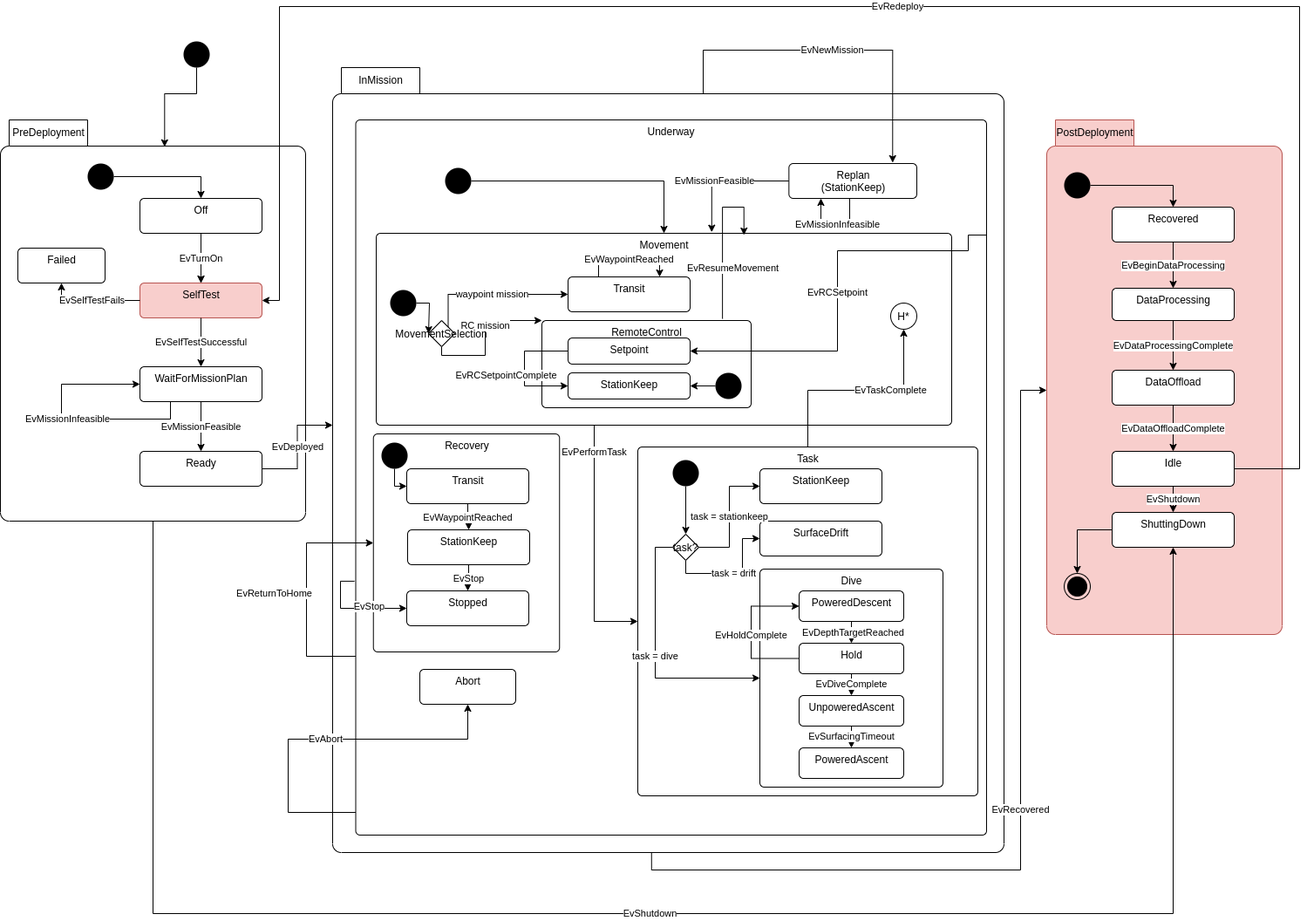
Before: src/doc/figures/mission-states.png, a diagram exported from draw.io (jaiarobotics/jaiabot). Source tidied: cells renumbered, new cells last; positions are measured from the earlier drawing's top-left corner, leaving out a move shared by most shapes.
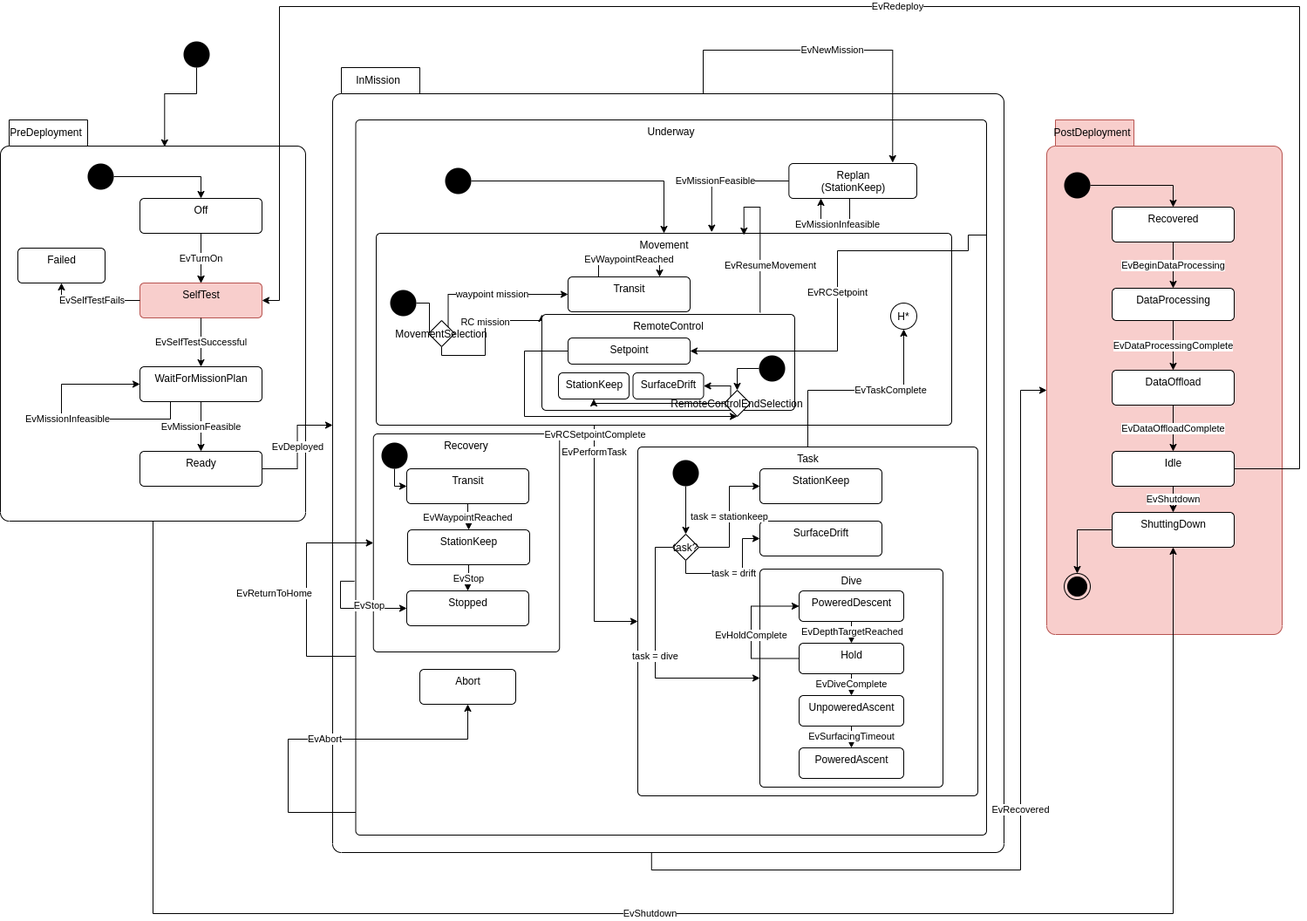
After the commit.

Commit message:
RemoteControl setpoint can end in either a StationKeep or a SurfaceDrift depending on configured value in mission manager

Diff of the diagram source:
```diff
@@ -338,37 +338,57 @@
     <mxCell id="83" value="EvResumeMovement" style="edgeStyle=orthogonalEdgeStyle;rounded=0;jettySize=auto;html=1;entryX=0.639;entryY=0.009;entryDx=0;entryDy=0;exitX=0.863;exitY=-0.02;exitDx=0;exitDy=0;jumpStyle=arc;exitPerimeter=0;entryPerimeter=0;" parent="30" edge="1" source="85" target="34">
       <mxGeometry x="-0.37" y="-12" relative="1" as="geometry">
         <Array as="points">
-          <mxPoint x="427" y="60" />
+          <mxPoint x="470" y="60" />
           <mxPoint x="452" y="60" />
         </Array>
       </mxGeometry>
     </mxCell>
     <mxCell id="84" style="group;" parent="30" vertex="1">
-      <mxGeometry x="220" y="190" width="240" height="100" as="geometry" />
+      <mxGeometry x="220" y="190" width="290" height="110" as="geometry" />
     </mxCell>
     <mxCell id="85" value="RemoteControl" style="html=1;align=center;verticalAlign=top;rounded=1;absoluteArcSize=1;arcSize=10;dashed=0;" parent="84" vertex="1">
-      <mxGeometry width="240" height="100" as="geometry" />
+      <mxGeometry y="-7" width="290" height="110" as="geometry" />
     </mxCell>
     <mxCell id="86" value="StationKeep" style="html=1;align=center;verticalAlign=top;rounded=1;absoluteArcSize=1;arcSize=10;dashed=0;" parent="84" vertex="1">
-      <mxGeometry x="30" y="60" width="140" height="30" as="geometry" />
+      <mxGeometry x="19" y="60" width="81" height="30" as="geometry" />
     </mxCell>
     <mxCell id="87" value="Setpoint" style="html=1;align=center;verticalAlign=top;rounded=1;absoluteArcSize=1;arcSize=10;dashed=0;" parent="84" vertex="1">
       <mxGeometry x="30" y="20" width="140" height="30" as="geometry" />
     </mxCell>
-    <mxCell id="88" value="EvRCSetpointComplete" style="edgeStyle=orthogonalEdgeStyle;rounded=0;jettySize=auto;html=1;entryX=0;entryY=0.5;entryDx=0;entryDy=0;exitX=0;exitY=0.5;exitDx=0;exitDy=0;" parent="84" edge="1" source="87" target="86">
+    <mxCell id="88" value="EvRCSetpointComplete" style="edgeStyle=orthogonalEdgeStyle;rounded=0;jettySize=auto;html=1;entryX=0.5;entryY=1;entryDx=0;entryDy=0;exitX=0;exitY=0.5;exitDx=0;exitDy=0;" parent="84" edge="1" source="87" target="102">
       <mxGeometry x="0.11" y="-21" relative="1" as="geometry">
         <Array as="points">
           <mxPoint x="-20" y="35" />
-          <mxPoint x="-20" y="75" />
+          <mxPoint x="-20" y="110" />
         </Array>
       </mxGeometry>
     </mxCell>
-    <mxCell id="89" style="edgeStyle=orthogonalEdgeStyle;rounded=0;jettySize=auto;html=1;entryX=1;entryY=0.5;entryDx=0;entryDy=0;" parent="84" edge="1" source="90" target="86">
+    <mxCell id="89" style="edgeStyle=orthogonalEdgeStyle;rounded=0;jettySize=auto;html=1;entryX=0.5;entryY=0;entryDx=0;entryDy=0;" parent="84" edge="1" source="90" target="102">
       <mxGeometry relative="1" as="geometry" />
     </mxCell>
     <mxCell id="90" style="ellipse;fillColor=#000000;strokeColor=none;" parent="84" vertex="1">
-      <mxGeometry x="199" y="60" width="30" height="30" as="geometry" />
+      <mxGeometry x="249" y="40" width="30" height="30" as="geometry" />
     </mxCell>
+    <mxCell id="100" style="edgeStyle=orthogonalEdgeStyle;rounded=0;jettySize=auto;html=1;exitX=0;exitY=0;exitDx=0;exitDy=0;" parent="84" edge="1" source="102" target="103">
+      <mxGeometry relative="1" as="geometry">
+        <Array as="points">
+          <mxPoint x="216" y="75" />
+        </Array>
+      </mxGeometry>
+    </mxCell>
+    <mxCell id="101" style="edgeStyle=orthogonalEdgeStyle;rounded=0;jettySize=auto;html=1;exitX=0;exitY=0.5;exitDx=0;exitDy=0;entryX=0.5;entryY=1;entryDx=0;entryDy=0;" parent="84" edge="1" source="102" target="86">
+      <mxGeometry relative="1" as="geometry">
+        <Array as="points">
+          <mxPoint x="60" y="95" />
+        </Array>
+      </mxGeometry>
+    </mxCell>
+    <mxCell id="102" value="RemoteControlEndSelection" style="rhombus;" parent="84" vertex="1">
+      <mxGeometry x="209" y="80" width="30" height="30" as="geometry" />
+    </mxCell>
+    <mxCell id="103" value="SurfaceDrift" style="html=1;align=center;verticalAlign=top;rounded=1;absoluteArcSize=1;arcSize=10;dashed=0;" parent="84" vertex="1">
+      <mxGeometry x="104.5" y="60" width="81" height="30" as="geometry" />
+    </mxCell>
     <mxCell id="91" value="EvRCSetpoint" style="edgeStyle=orthogonalEdgeStyle;rounded=0;jettySize=auto;html=1;entryX=1;entryY=0.5;entryDx=0;entryDy=0;exitX=1;exitY=0.161;exitDx=0;exitDy=0;jumpStyle=arc;exitPerimeter=0;" parent="30" edge="1" source="32" target="87">
       <mxGeometry relative="1" as="geometry">
         <Array as="points">
```
